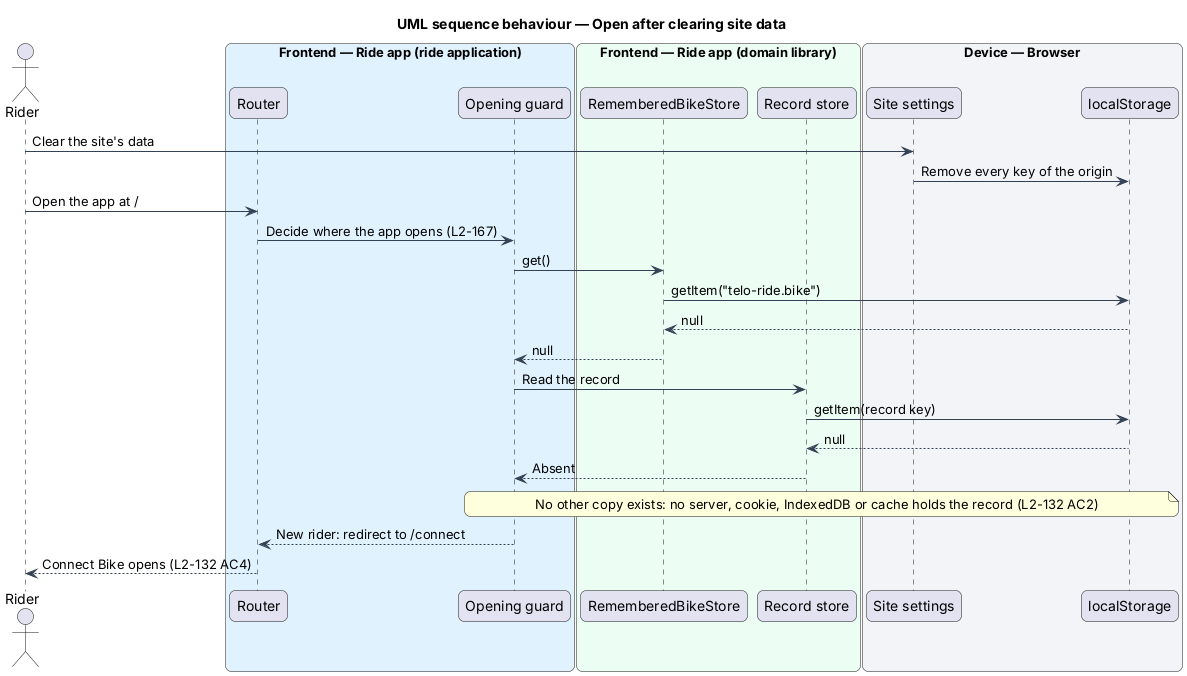
Above: docs/detailed-designs/security/keep-data-on-the-device/diagrams/sequence-open-after-clearing-site-data.png in QuinntyneBrown/ride-one (PlantUML), before the change. Its diagram source:
```plantuml
@startuml
title UML sequence behaviour — Open after clearing site data
skinparam backgroundColor #FFFFFF
skinparam shadowing false
skinparam roundcorner 12
skinparam defaultFontName Arial
skinparam ArrowColor #344054
skinparam rectangle {
  BorderColor #344054
  FontColor #101828
}
skinparam package {
  BorderColor #667085
  FontColor #101828
  BackgroundColor #F9FAFB
}
actor "Rider" as rider
box "Frontend — Ride app (ride application)" #E0F2FE
  participant "Router" as router
  participant "Opening guard" as guard
end box
box "Frontend — Ride app (domain library)" #ECFDF3
  participant "RememberedBikeStore" as bikeStore
  participant "Record store" as recordStore
end box
box "Device — Browser" #F2F4F7
  participant "Site settings" as settings
  participant "localStorage" as ls
end box
rider -> settings : Clear the site's data
settings -> ls : Remove every key of the origin
rider -> router : Open the app at /
router -> guard : Decide where the app opens (L2-167)
guard -> bikeStore : get()
bikeStore -> ls : getItem("telo-ride.bike")
ls --> bikeStore : null
bikeStore --> guard : null
guard -> recordStore : Read the record
recordStore -> ls : getItem(record key)
ls --> recordStore : null
recordStore --> guard : Absent
note over guard, ls : No other copy exists: no server, cookie, IndexedDB or cache holds the record (L2-132 AC2)
guard --> router : New rider: redirect to /connect
router --> rider : Connect Bike opens (L2-132 AC4)
@enduml
```
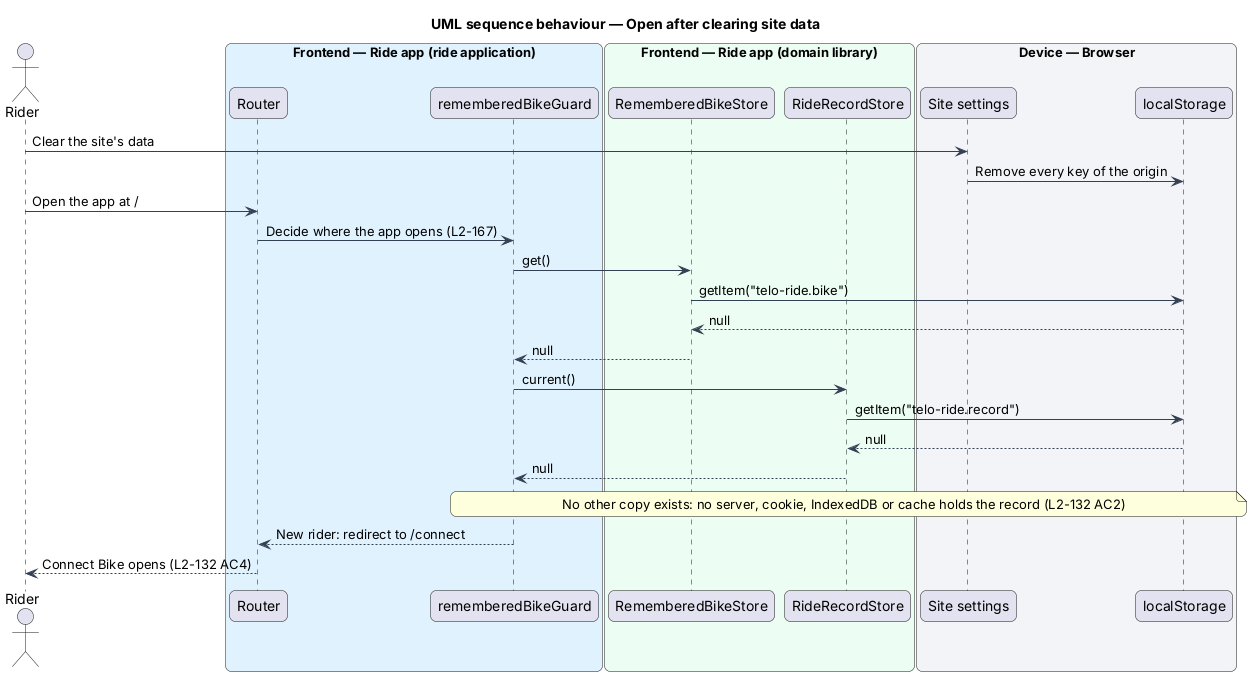
Above is the later version.

What changed in the source:
```diff
@@ -17,11 +17,11 @@
 actor "Rider" as rider
 box "Frontend — Ride app (ride application)" #E0F2FE
   participant "Router" as router
-  participant "Opening guard" as guard
+  participant "rememberedBikeGuard" as guard
 end box
 box "Frontend — Ride app (domain library)" #ECFDF3
   participant "RememberedBikeStore" as bikeStore
-  participant "Record store" as recordStore
+  participant "RideRecordStore" as recordStore
 end box
 box "Device — Browser" #F2F4F7
   participant "Site settings" as settings
@@ -35,10 +35,10 @@
 bikeStore -> ls : getItem("telo-ride.bike")
 ls --> bikeStore : null
 bikeStore --> guard : null
-guard -> recordStore : Read the record
-recordStore -> ls : getItem(record key)
+guard -> recordStore : current()
+recordStore -> ls : getItem("telo-ride.record")
 ls --> recordStore : null
-recordStore --> guard : Absent
+recordStore --> guard : null
 note over guard, ls : No other copy exists: no server, cookie, IndexedDB or cache holds the record (L2-132 AC2)
 guard --> router : New rider: redirect to /connect
 router --> rider : Connect Bike opens (L2-132 AC4)
```
